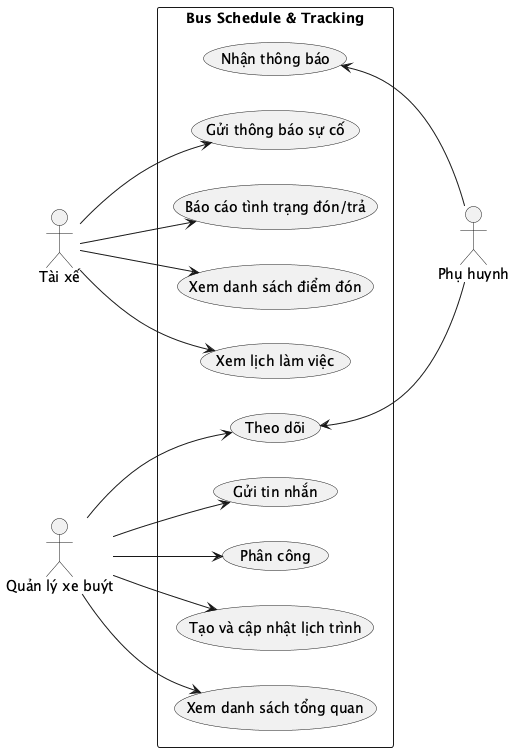
This is uml/use_case/use_case.png from Bancie/VietBus, a PlantUML export, as it was before one commit.
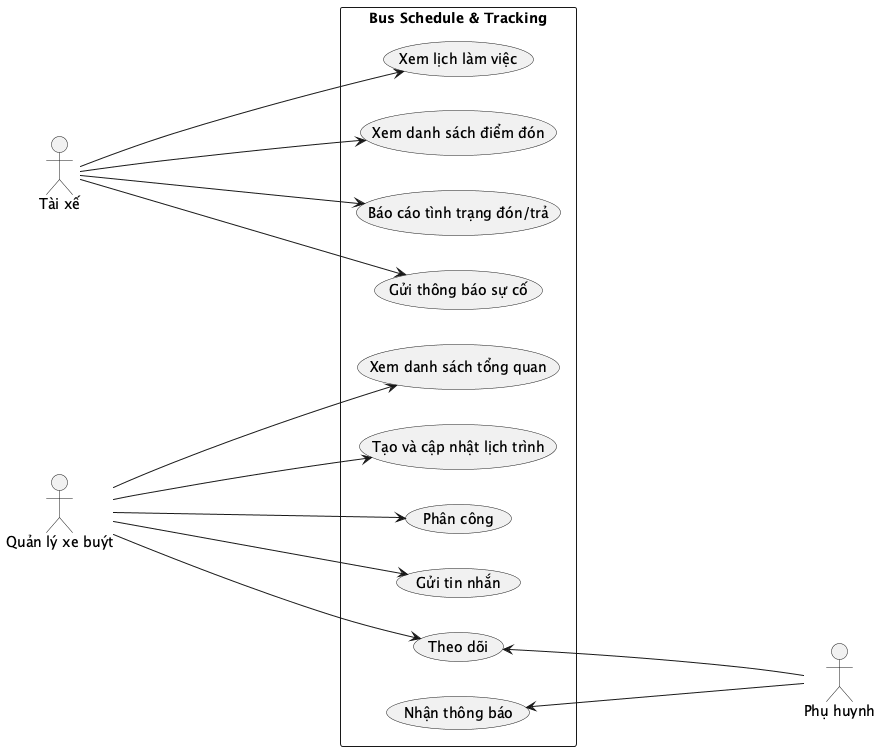
Above is the later version.

Commit message:
Update use case diagrams and PlantUML for bus tracking

What changed in the source:
```diff
@@ -17,17 +17,17 @@
     usecase "Nhận thông báo" as UC10
 }
 
-ql --> UC1
-ql --> UC2
-ql --> UC3
-ql --> UC4
-ql --> UC5
+ql -----> UC1
+ql -----> UC2
+ql -----> UC3
+ql -----> UC4
+ql -----> UC5
 
-tx --> UC6
-tx --> UC7
-tx --> UC8
-tx --> UC9
+tx -----> UC6
+tx -----> UC7
+tx -----> UC8
+tx -----> UC9
 
-UC10 <-- ph
-UC5 <-- ph
+UC10 <----- ph
+UC5 <----- ph
 @enduml
```
